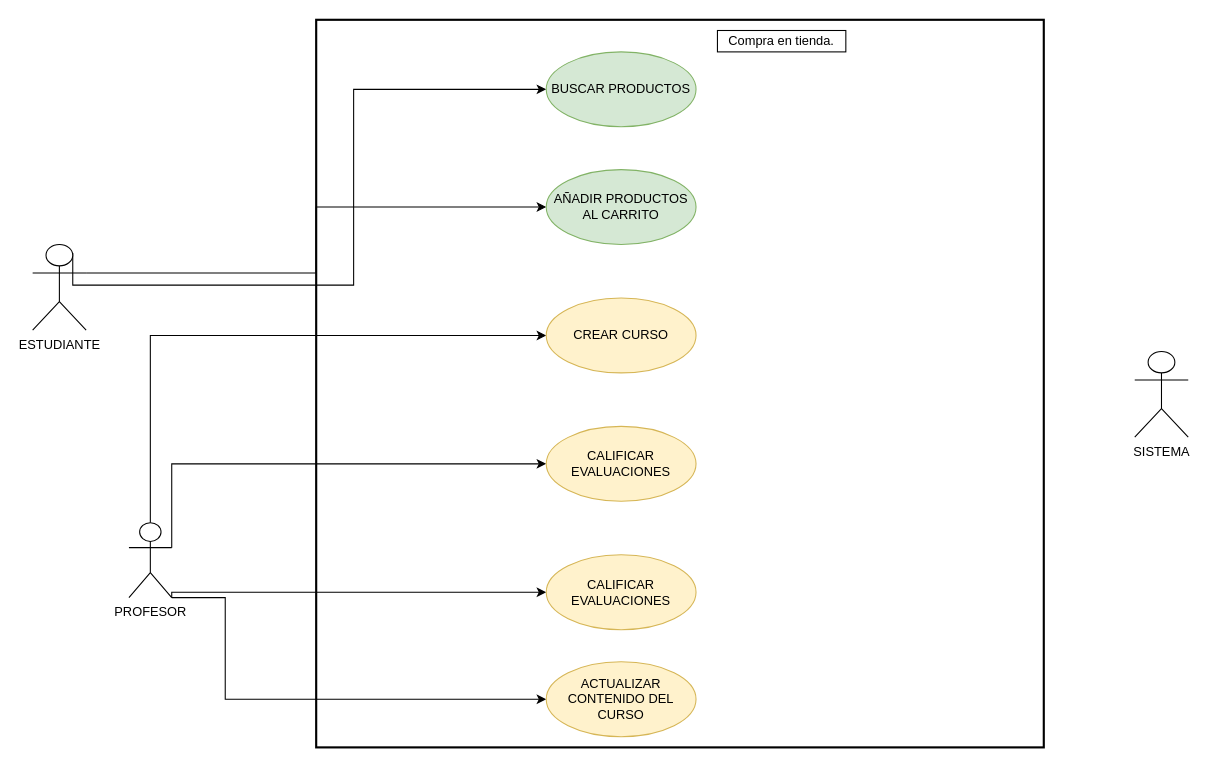
This is Diagrama sistema de gestión de cursos en línea .drawio from Cdiagal/io-dig, a draw.io file, before an edit. Source tidied: cells renumbered, new cells numbered last; positions are measured from the earlier drawing's top-left corner, leaving out a move shared by most shapes. Both pictures are drawn from the tidied source at 107%, with x=0, y=0 at pixel (32, 19).
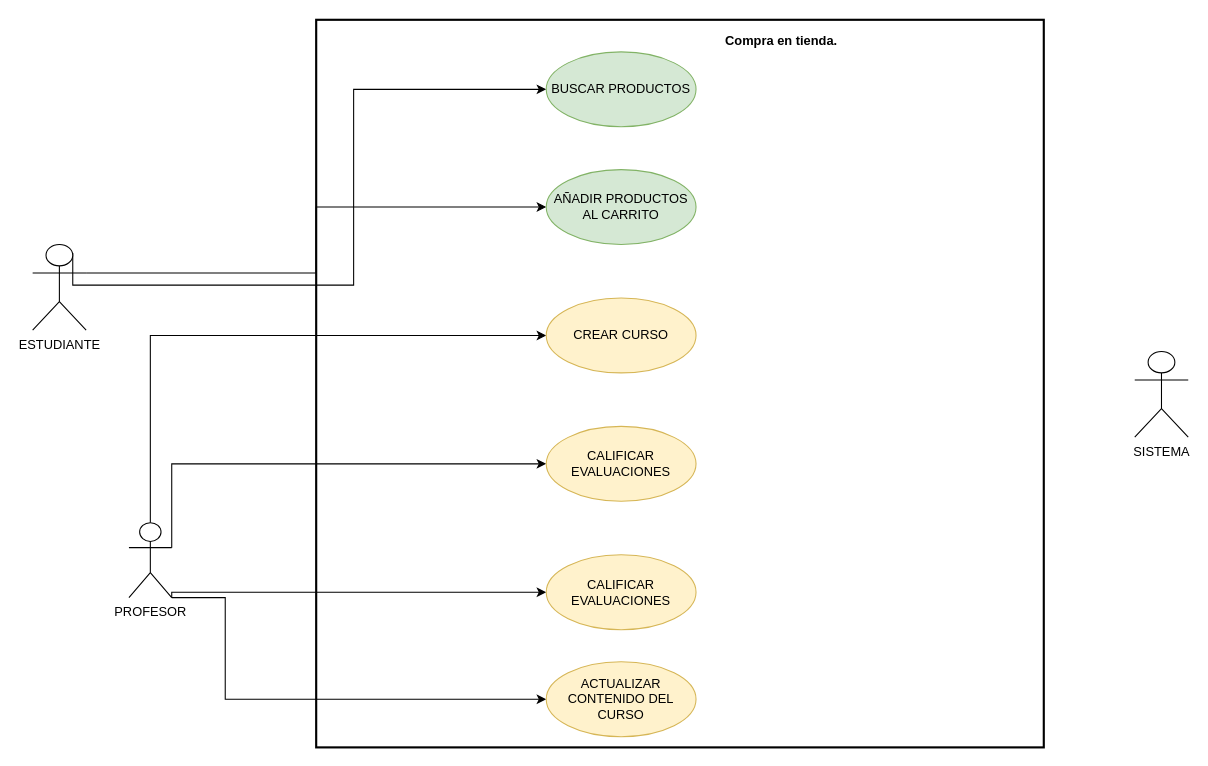
After the change.

Commit message:
se modifican cosas

The edit, as a diff of the source:
```diff
@@
-    <mxCell id="18" value="Compra en tienda." style="rounded=0;whiteSpace=wrap;html=1;" parent="1" vertex="1">
+    <mxCell id="18" value="&lt;b&gt;&lt;font color=&quot;#000000&quot;&gt;Compra en tienda.&lt;/font&gt;&lt;/b&gt;" style="rounded=0;whiteSpace=wrap;html=1;fillColor=none;strokeColor=none;" parent="1" vertex="1">
       <mxGeometry x="640" y="10" width="120" height="20" as="geometry" />
     </mxCell>
```
